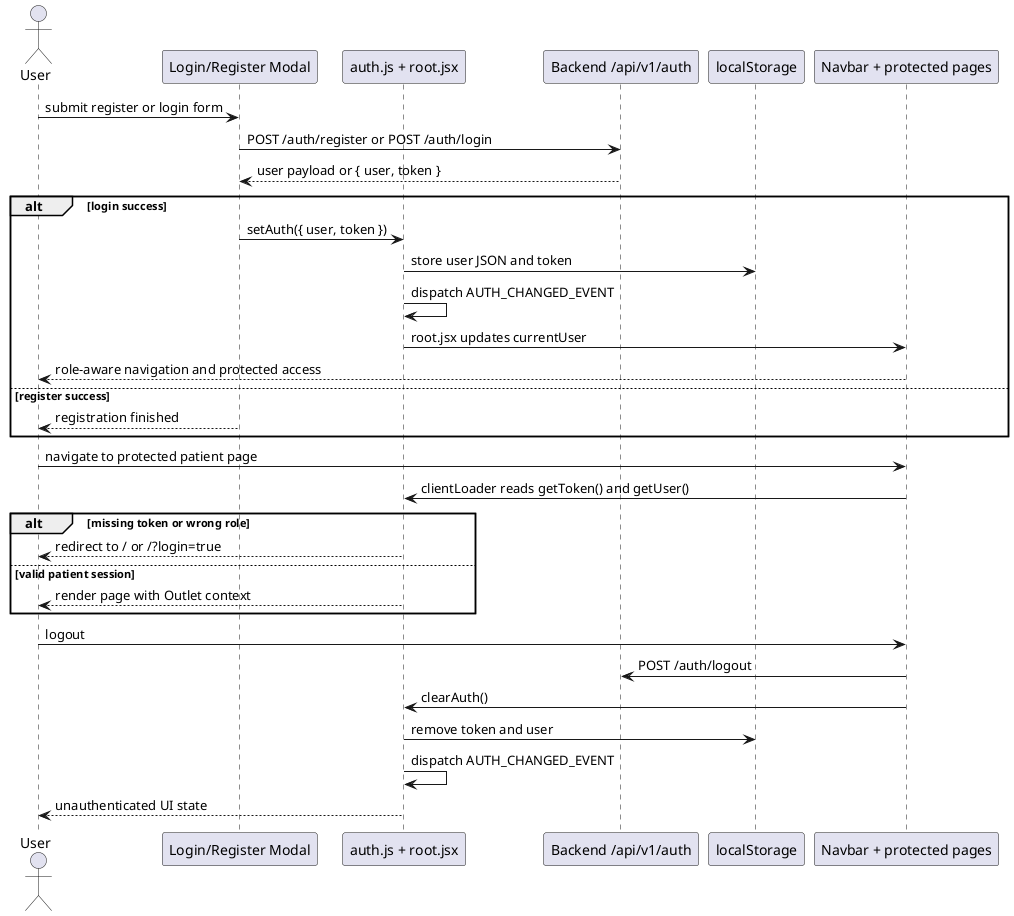
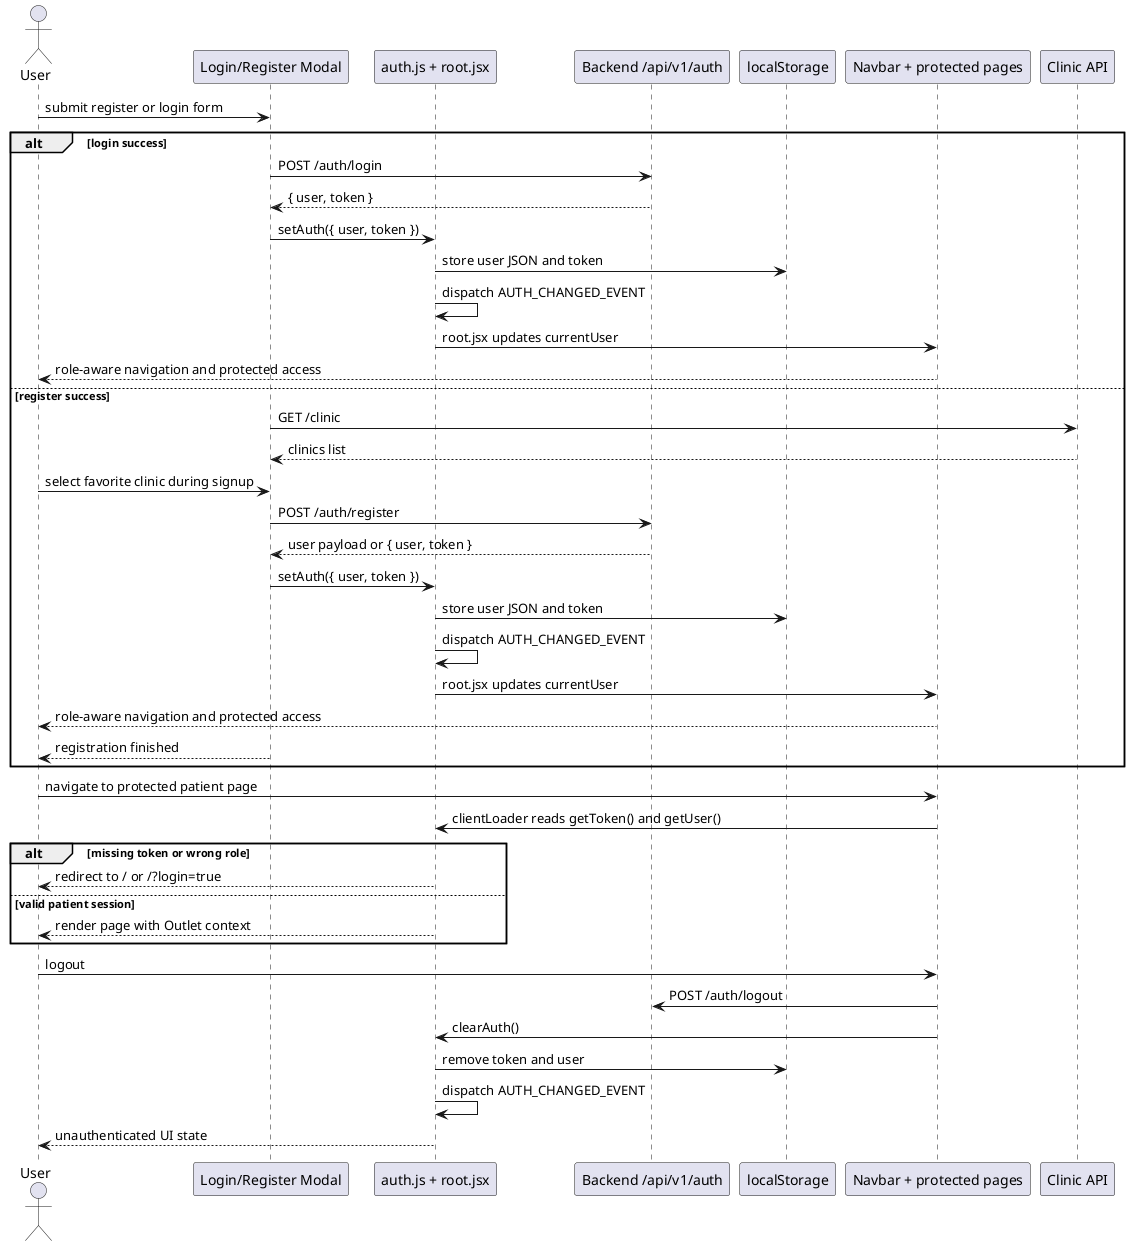
@startuml
actor User
participant "Login/Register Modal" as UI
participant "auth.js + root.jsx" as FE
participant "Backend /api/v1/auth" as API
participant localStorage as Storage
participant "Navbar + protected pages" as Navbar
+ participant "Clinic API" as ClinicAPI

User -> UI : submit register or login form
- UI -> API : POST /auth/register or POST /auth/login
- API --> UI : user payload or { user, token }

alt login success
+   UI -> API : POST /auth/login
+   API --> UI : { user, token }
  UI -> FE : setAuth({ user, token })
  FE -> Storage : store user JSON and token
  FE -> FE : dispatch AUTH_CHANGED_EVENT
  FE -> Navbar : root.jsx updates currentUser
  Navbar --> User : role-aware navigation and protected access
else register success
+   UI -> ClinicAPI : GET /clinic
+   ClinicAPI --> UI : clinics list
+   User -> UI : select favorite clinic during signup
+   UI -> API : POST /auth/register
+   API --> UI : user payload or { user, token }
+   UI -> FE : setAuth({ user, token })
+   FE -> Storage : store user JSON and token
+   FE -> FE : dispatch AUTH_CHANGED_EVENT
+   FE -> Navbar : root.jsx updates currentUser
+   Navbar --> User : role-aware navigation and protected access
  UI --> User : registration finished
end

User -> Navbar : navigate to protected patient page
Navbar -> FE : clientLoader reads getToken() and getUser()
alt missing token or wrong role
  FE --> User : redirect to / or /?login=true
else valid patient session
  FE --> User : render page with Outlet context
end

User -> Navbar : logout
Navbar -> API : POST /auth/logout
Navbar -> FE : clearAuth()
FE -> Storage : remove token and user
FE -> FE : dispatch AUTH_CHANGED_EVENT
FE --> User : unauthenticated UI state

@enduml